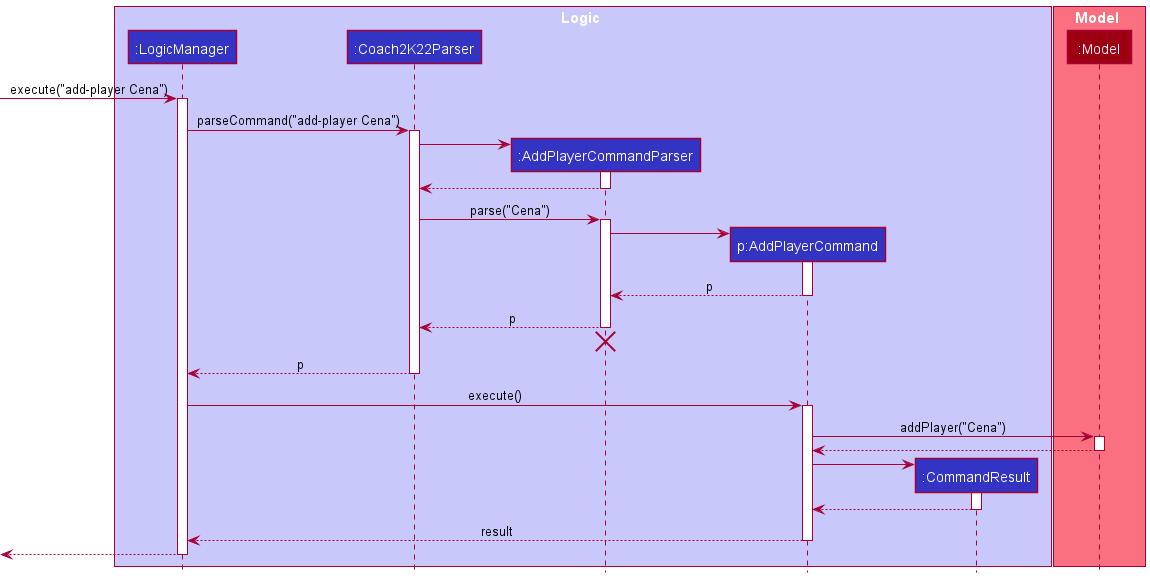
simjunheng/tp keeps this PlantUML diagram as docs/images/AddPlayerSequenceDiagram.png. Above is the earlier version. The source it was exported from:
```plantuml
@startuml
!include style.puml

box Logic LOGIC_COLOR_T1
participant ":LogicManager" as LogicManager LOGIC_COLOR
participant ":Coach2K22Parser" as Coach2K22Parser LOGIC_COLOR
participant ":AddPlayerCommandParser" as AddPlayerCommandParser LOGIC_COLOR
participant "p:AddPlayerCommand" as AddPlayerCommand LOGIC_COLOR
participant ":CommandResult" as CommandResult LOGIC_COLOR
end box

box Model MODEL_COLOR_T1
participant ":Model" as Model MODEL_COLOR
end box

[-> LogicManager : execute("add-player Cena")
activate LogicManager

LogicManager -> Coach2K22Parser : parseCommand("add-player Cena")
activate Coach2K22Parser

create AddPlayerCommandParser
Coach2K22Parser -> AddPlayerCommandParser
activate AddPlayerCommandParser

AddPlayerCommandParser --> Coach2K22Parser
deactivate AddPlayerCommandParser

Coach2K22Parser -> AddPlayerCommandParser : parse("Cena")
activate AddPlayerCommandParser

create AddPlayerCommand
AddPlayerCommandParser -> AddPlayerCommand
activate AddPlayerCommand

AddPlayerCommand --> AddPlayerCommandParser : p
deactivate AddPlayerCommand

AddPlayerCommandParser --> Coach2K22Parser : p
deactivate AddPlayerCommandParser
AddPlayerCommandParser -[hidden]-> Coach2K22Parser
destroy AddPlayerCommandParser

Coach2K22Parser --> LogicManager : p
deactivate Coach2K22Parser

LogicManager -> AddPlayerCommand : execute()
activate AddPlayerCommand

AddPlayerCommand -> Model : addPlayer("Cena")
activate Model

Model --> AddPlayerCommand
deactivate Model

create CommandResult
AddPlayerCommand -> CommandResult
activate CommandResult

CommandResult --> AddPlayerCommand
deactivate CommandResult

AddPlayerCommand --> LogicManager : result
deactivate AddPlayerCommand

[<--LogicManager
deactivate LogicManager
@enduml
```
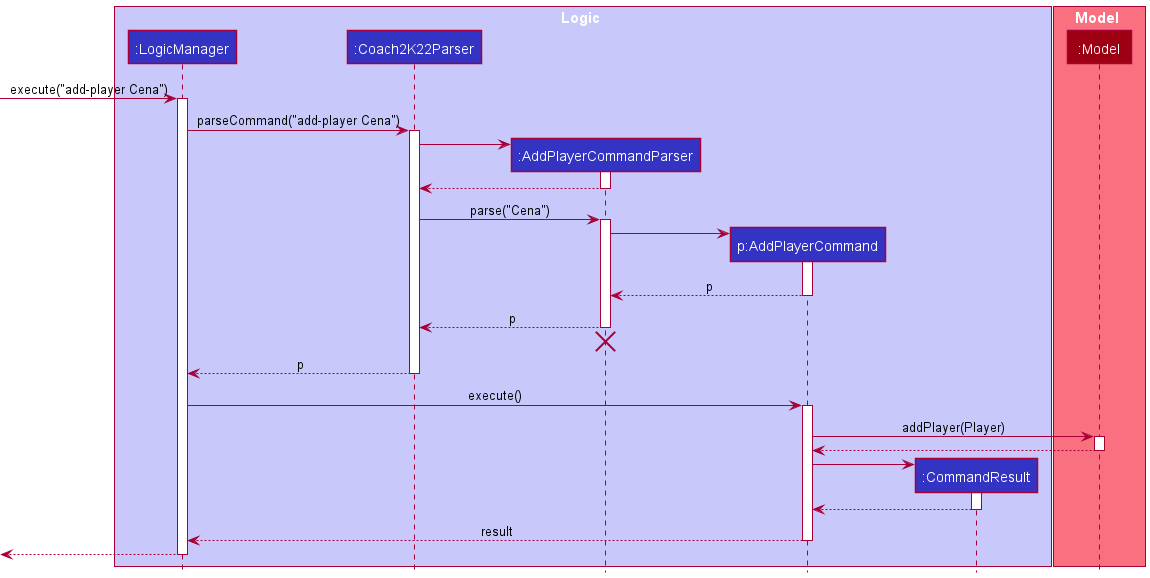
The same diagram one commit later.

What changed in the source:
```diff
@@ -47,7 +47,7 @@
 LogicManager -> AddPlayerCommand : execute()
 activate AddPlayerCommand
 
-AddPlayerCommand -> Model : addPlayer("Cena")
+AddPlayerCommand -> Model : addPlayer(Player)
 activate Model
 
 Model --> AddPlayerCommand
```
